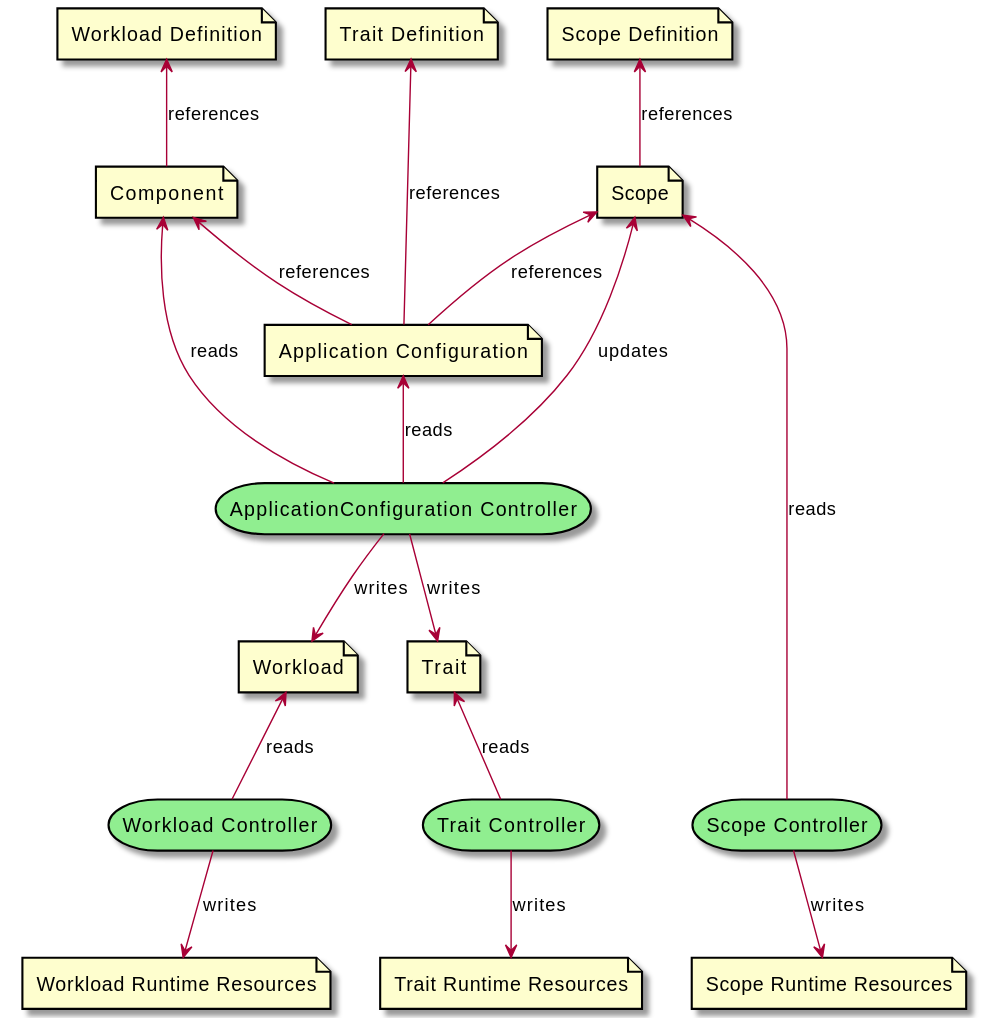
verrazzano/docs keeps this PlantUML diagram as content/en/docs/applications/oam-flow.svg. Above is the earlier version.
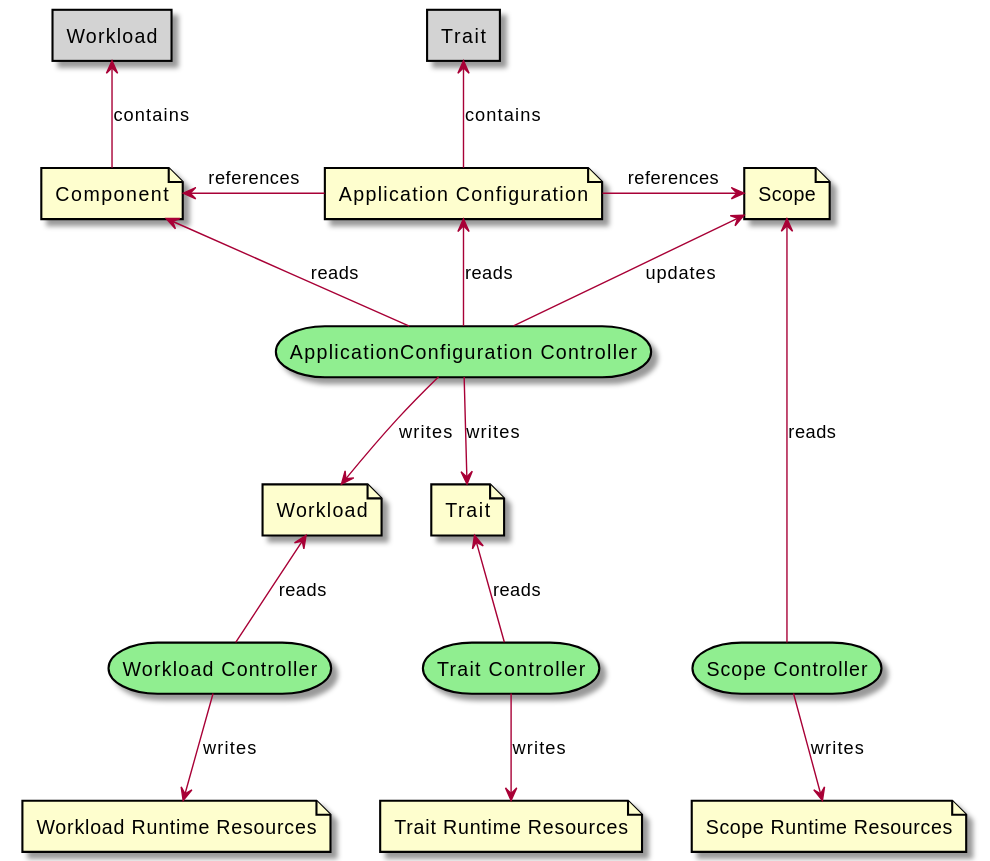
Above is the later version.

The edit, as a diff of the source:
```diff
@@ -1,8 +1,7 @@
 @startuml
 
-file "Workload Definition" as cd
-file "Trait Definition" as td
-file "Scope Definition" as sd
+rectangle "Workload" as w #lightgrey
+rectangle "Trait" as t #lightgrey
 file "Component" as c
 file "Application Configuration" as a
 file "Scope" as s
@@ -13,22 +12,22 @@
 file "Scope Runtime Resources" as sr
 
 storage "ApplicationConfiguration Controller" as ac #lightgreen
+
 storage "Workload Controller" as wc #lightgreen
 storage "Trait Controller" as tc #lightgreen
 storage "Scope Controller" as sc #lightgreen
 
-c -u-> cd: references
-s -u-> sd: references
+c -u-> w: contains
+a -u-> t: contains
 
-a -u-> c: references
-a -u-> td: references
-a -u-> s: references
+a -l-> c: references
+a -r-> s: references
 
 ac -u-> a: reads
 ac -u-> c: reads
 ac -d-> wi: writes
 ac -d-> ti: writes
-ac --> s: updates
+ac -u-> s: updates
 
 wc -u-> wi: reads
 wc -d-> wr: writes
@@ -39,8 +38,6 @@
 sc -u-> s: reads
 sc -d-> sr: writes
 
-cd -[hidden]r- td
-td -[hidden]r- sd
 wi -[hidden]r- ti
 tc -[hidden]r- sc
 
```
